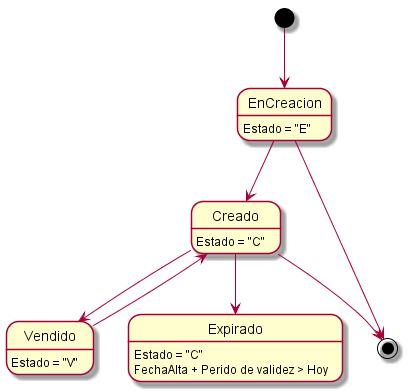
This is Informe Final/Imagenes/DiagramasEstado/DiagramaDeEstado/presupuestos.png from ZMGestion/DocumentacionZMGestion, a PlantUML export, as it was before one commit.
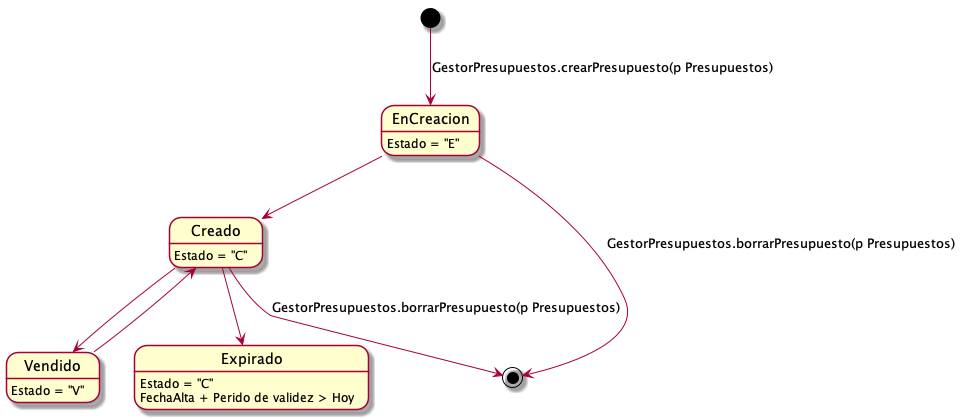
Above is the later version.

Change to the diagram source:
```diff
@@ -6,12 +6,12 @@
 Expirado: Estado = "C"
 Expirado: FechaAlta + Perido de validez > Hoy
 
-[*] --> EnCreacion
+[*] --> EnCreacion: GestorPresupuestos.crearPresupuesto(p Presupuestos)
 EnCreacion --> Creado
 Creado --> Vendido
 Creado --> Expirado
 Vendido --> Creado
-EnCreacion --> [*]
-Creado --> [*]
+EnCreacion --> [*]: GestorPresupuestos.borrarPresupuesto(p Presupuestos)
+Creado --> [*]: GestorPresupuestos.borrarPresupuesto(p Presupuestos)
 
 @enduml
```
